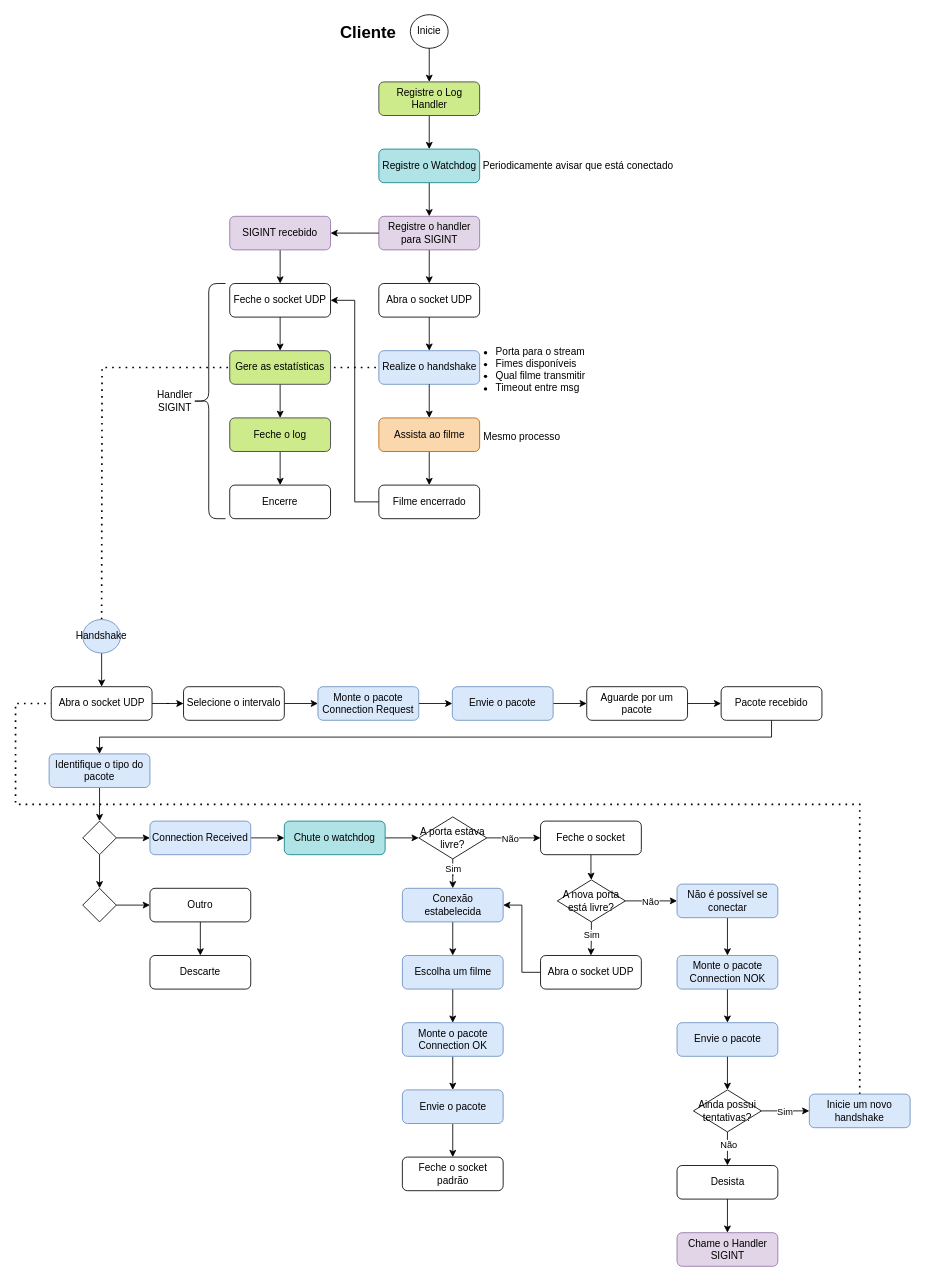
Earlier version of the draw.io diagram page "Cliente" (2 of 7) of SRT.drawio (nico-ig/UDP-Video-Streaming). Source tidied: cells renumbered, new cells numbered last; positions are measured from the earlier drawing's top-left corner, leaving out a move shared by most shapes. Both pictures are drawn from the tidied source at 84%, with x=0, y=0 at pixel (15, 14).
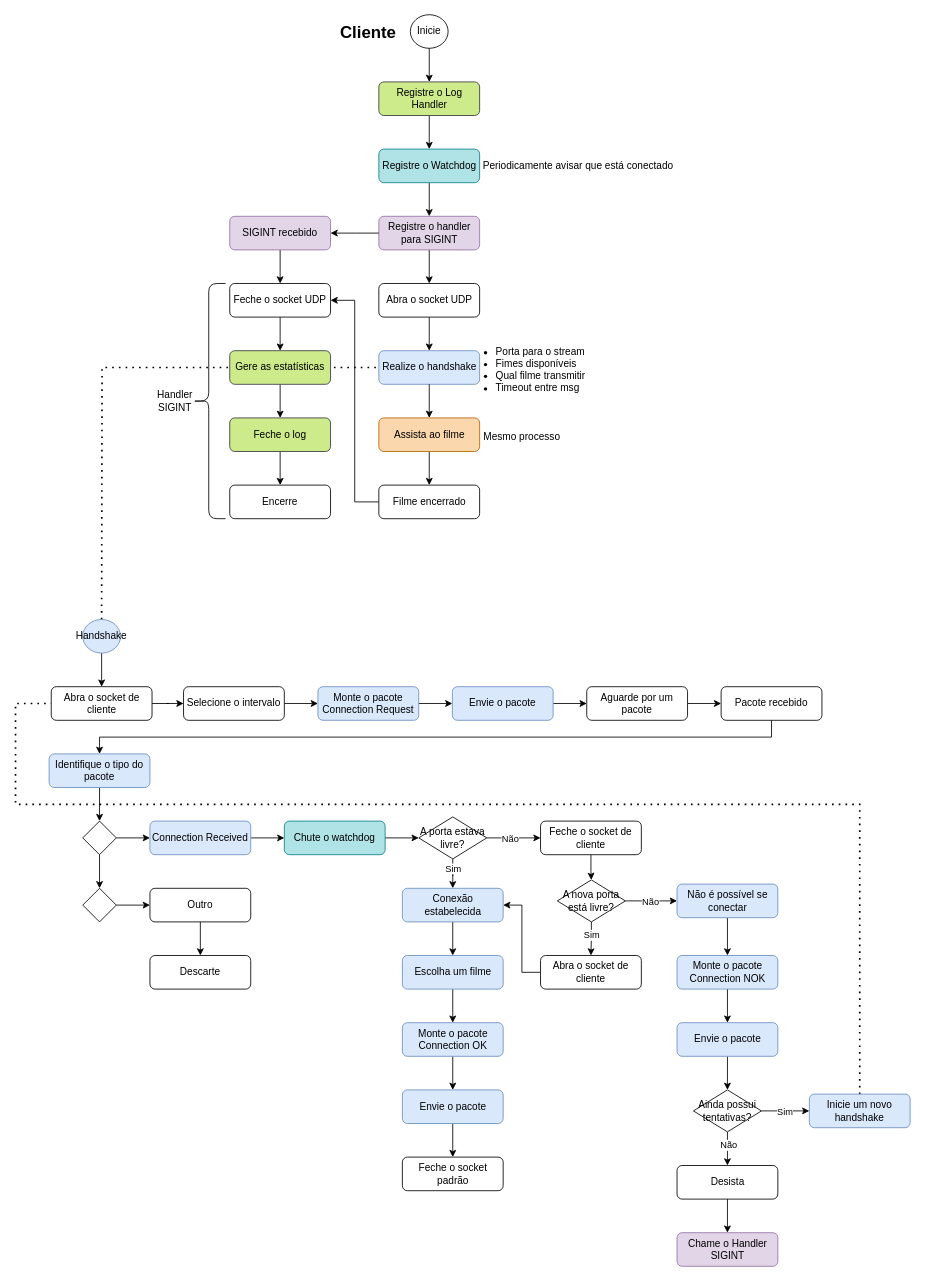
Above is the later version.

What changed in the source:
```diff
@@
-    <mxCell id="36" value="Abra o socket UDP" style="rounded=1;whiteSpace=wrap;html=1;" parent="1" vertex="1">
+    <mxCell id="36" value="Abra o socket de cliente" style="rounded=1;whiteSpace=wrap;html=1;" parent="1" vertex="1">
       <mxGeometry x="42.5" y="800" width="120" height="40" as="geometry" />
     </mxCell>
@@
-    <mxCell id="56" value="Feche o socket" style="rounded=1;whiteSpace=wrap;html=1;" parent="1" vertex="1">
+    <mxCell id="56" value="Feche o socket de cliente" style="rounded=1;whiteSpace=wrap;html=1;" parent="1" vertex="1">
       <mxGeometry x="625" y="960" width="120" height="40" as="geometry" />
     </mxCell>
@@
-    <mxCell id="71" value="Abra o socket UDP" style="rounded=1;whiteSpace=wrap;html=1;" parent="1" vertex="1">
+    <mxCell id="71" value="Abra o socket de cliente" style="rounded=1;whiteSpace=wrap;html=1;" parent="1" vertex="1">
       <mxGeometry x="625" y="1120" width="120" height="40" as="geometry" />
     </mxCell>
```
